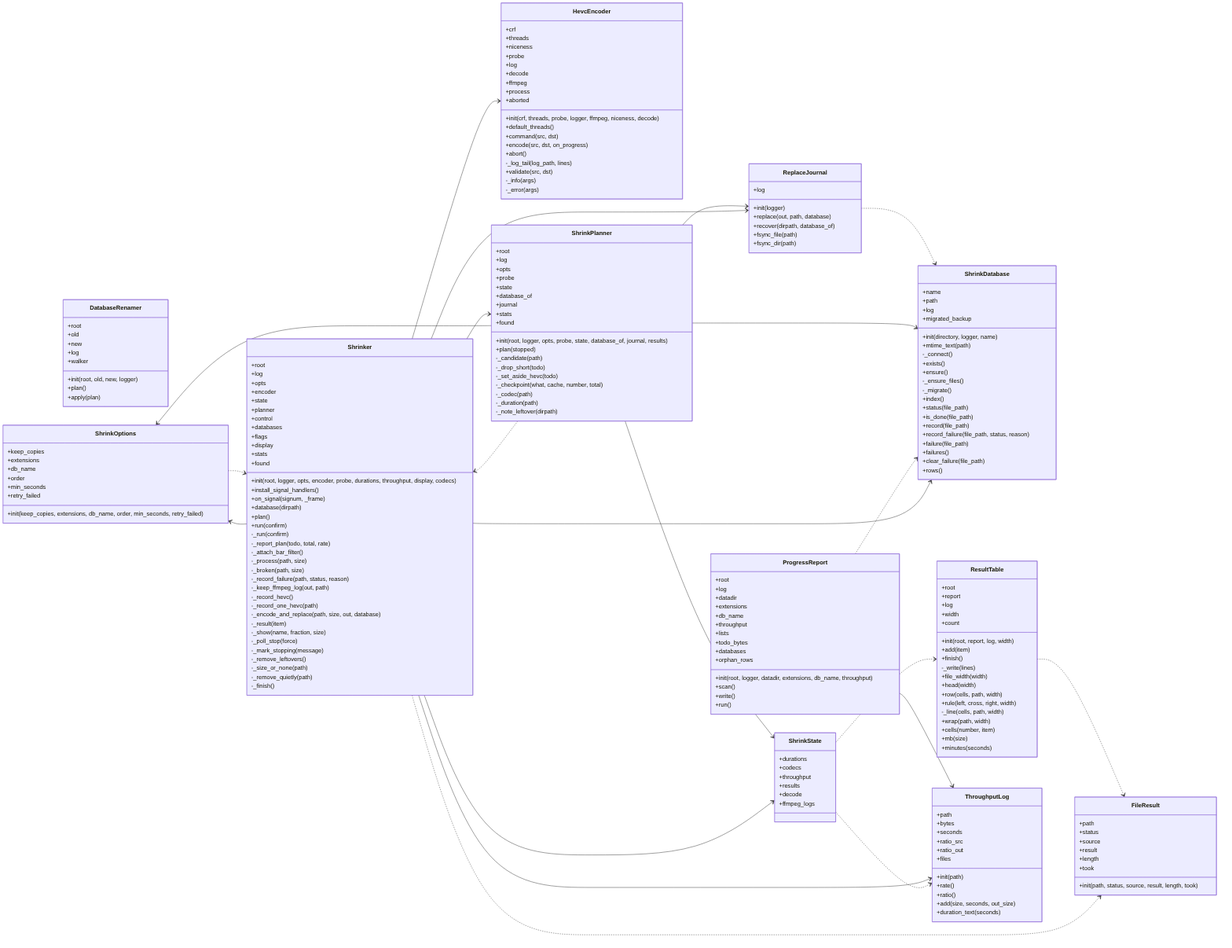
Earlier version of the Mermaid export docs/img/uml_shrink.png (peddanet/mediatools). Its source is kept beside it as docs/img/uml_shrink.mmd.
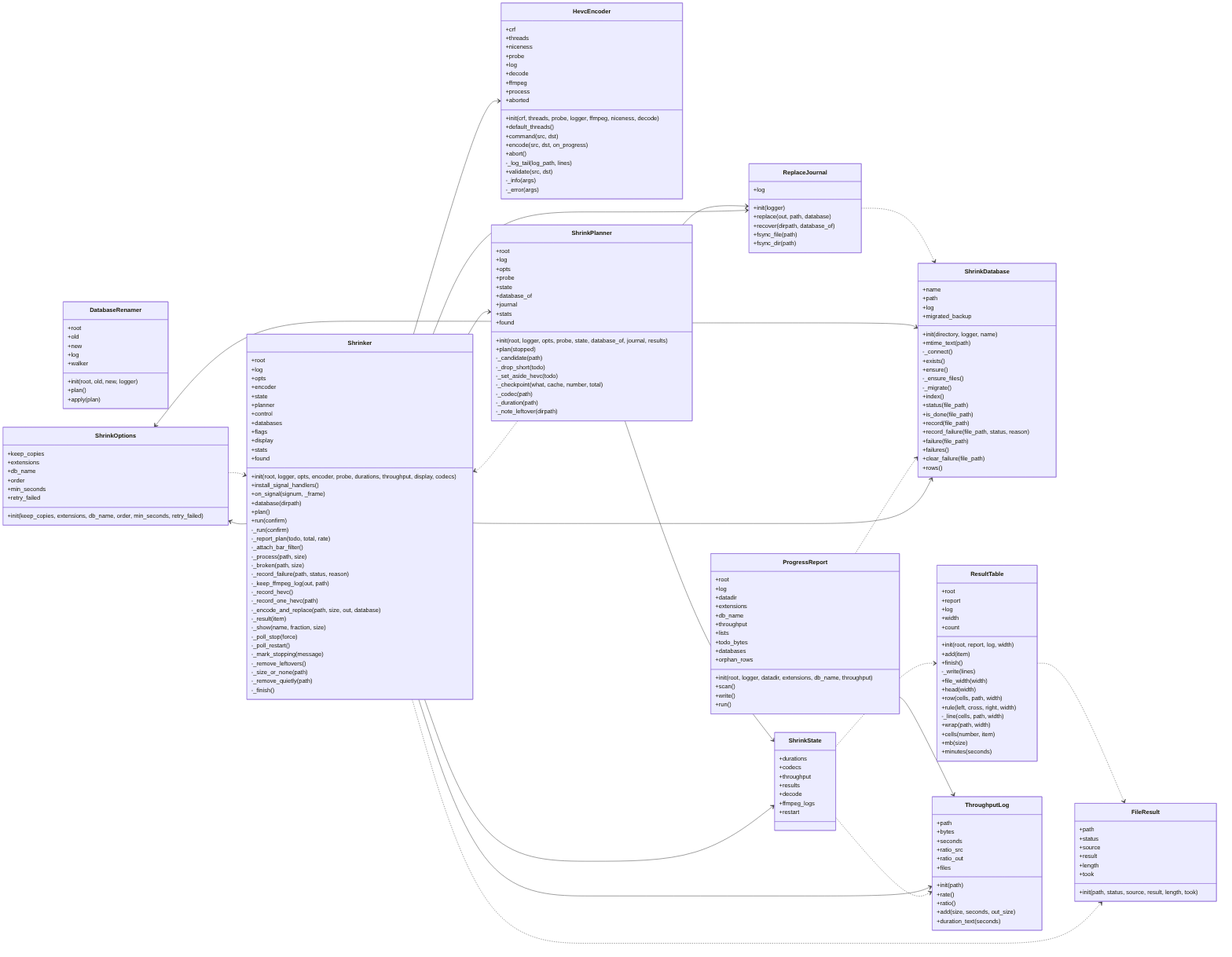
Later version of the same file.

What changed in the source:
```diff
@@ -166,6 +166,7 @@
     -_result(item)
     -_show(name, fraction, size)
     -_poll_stop(force)
+    -_poll_restart()
     -_mark_stopping(message)
     -_remove_leftovers()
     -_size_or_none(path)
@@ -179,6 +180,7 @@
     +results
     +decode
     +ffmpeg_logs
+    +restart
   }
   class ThroughputLog {
     +path
```
